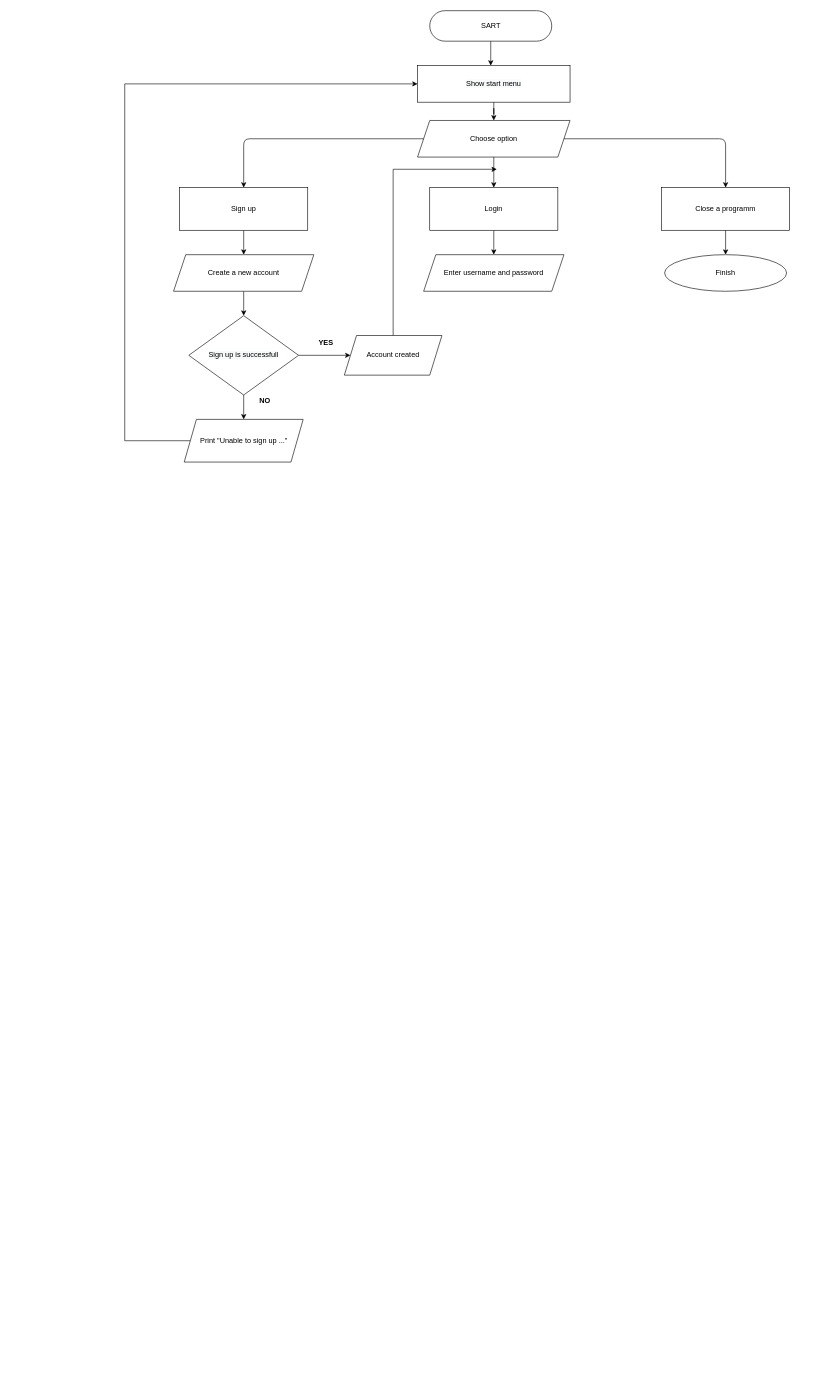
Before: To_Do_Manager_Diagram.drawio in ZannaJ/TODO_Manager, a draw.io diagram. Source tidied: cells renumbered, new cells numbered last; positions are measured from the earlier drawing's top-left corner, leaving out a move shared by most shapes. Both pictures are drawn from the tidied source at 61%, with x=0, y=0 at pixel (124, 10).
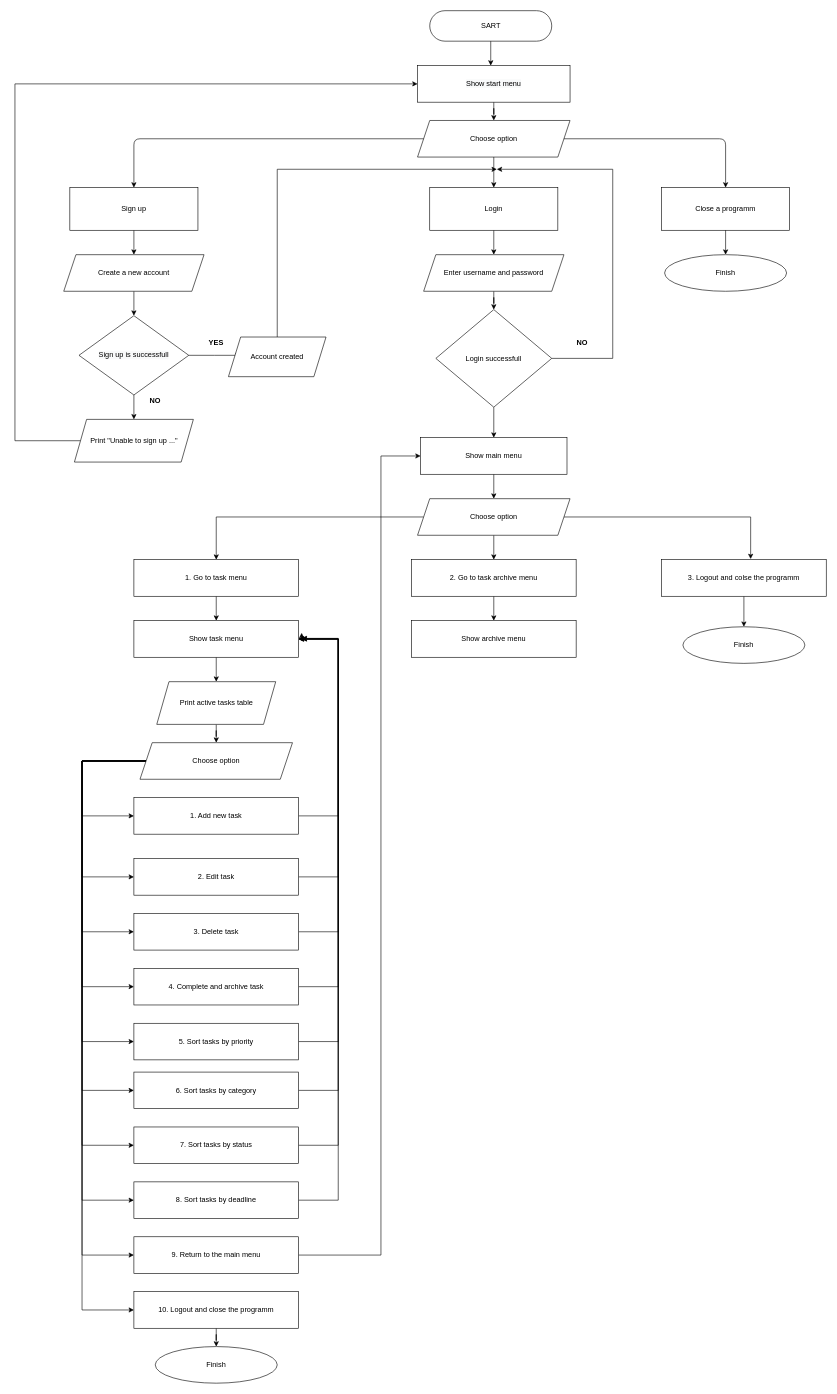
After the change.

The change refers to these unchanged cells:
```xml
<mxCell id="6" value="&#10;&#10;&lt;span style=&quot;color: rgb(0, 0, 0); font-family: helvetica; font-size: 12px; font-style: normal; font-weight: 400; letter-spacing: normal; text-align: center; text-indent: 0px; text-transform: none; word-spacing: 0px; background-color: rgb(248, 249, 250); display: inline; float: none;&quot;&gt;Show start menu&lt;/span&gt;&#10;&#10;" style="rounded=0;whiteSpace=wrap;html=1;" parent="1" vertex="1">
  <mxGeometry x="480" y="90" width="250" height="60" as="geometry" />
</mxCell>
<mxCell id="7" value="Choose option" style="shape=parallelogram;perimeter=parallelogramPerimeter;whiteSpace=wrap;html=1;fixedSize=1;" parent="1" vertex="1">
  <mxGeometry x="480" y="180" width="250" height="60" as="geometry" />
</mxCell>
<mxCell id="19" value="Enter username and password" style="shape=parallelogram;perimeter=parallelogramPerimeter;whiteSpace=wrap;html=1;fixedSize=1;" parent="1" vertex="1">
  <mxGeometry x="490" y="400" width="230" height="60" as="geometry" />
</mxCell>
```

Diff of the diagram source:
```diff
@@
     <mxCell id="9" value="Sign up" style="rounded=0;whiteSpace=wrap;html=1;" parent="1" vertex="1">
-      <mxGeometry x="90" y="290" width="210" height="70" as="geometry" />
+      <mxGeometry x="-90" y="290" width="210" height="70" as="geometry" />
     </mxCell>
@@
     <mxCell id="16" value="Create a new account" style="shape=parallelogram;perimeter=parallelogramPerimeter;whiteSpace=wrap;html=1;fixedSize=1;" parent="1" vertex="1">
-      <mxGeometry x="80" y="400" width="230" height="60" as="geometry" />
+      <mxGeometry x="-100" y="400" width="230" height="60" as="geometry" />
     </mxCell>
@@
     <mxCell id="18" style="endArrow=classic;html=1;entryX=0.5;entryY=0;entryDx=0;entryDy=0;exitX=0;exitY=0.5;exitDx=0;exitDy=0;" parent="1" edge="1" source="7" target="9">
       <mxGeometry relative="1" as="geometry">
         <Array as="points">
-          <mxPoint x="195" y="210" />
+          <mxPoint x="15" y="210" />
         </Array>
       </mxGeometry>
     </mxCell>
+    <mxCell id="29" style="edgeStyle=orthogonalEdgeStyle;rounded=0;jettySize=auto;html=1;" parent="1" edge="1" source="19" target="32">
+      <mxGeometry relative="1" as="geometry" />
+    </mxCell>
@@
-    <mxCell id="21" style="edgeStyle=orthogonalEdgeStyle;rounded=0;jettySize=auto;html=1;" parent="1" edge="1" source="22" target="28">
-      <mxGeometry relative="1" as="geometry" />
+    <mxCell id="21" style="edgeStyle=orthogonalEdgeStyle;rounded=0;jettySize=auto;html=1;" parent="1" edge="1" source="22">
+      <mxGeometry relative="1" as="geometry">
+        <mxPoint x="190" y="565" as="targetPoint" />
+      </mxGeometry>
     </mxCell>
     <mxCell id="22" value="&#10;&#10;&lt;span style=&quot;color: rgb(0, 0, 0); font-family: helvetica; font-size: 12px; font-style: normal; font-weight: 400; letter-spacing: normal; text-align: center; text-indent: 0px; text-transform: none; word-spacing: 0px; background-color: rgb(248, 249, 250); display: inline; float: none;&quot;&gt;Sign up is successfull&lt;/span&gt;&#10;&#10;" style="rhombus;whiteSpace=wrap;html=1;" parent="1" vertex="1">
-      <mxGeometry x="105" y="500" width="180" height="130" as="geometry" />
+      <mxGeometry x="-75" y="500" width="180" height="130" as="geometry" />
     </mxCell>
     <mxCell id="23" value="&lt;b&gt;YES&lt;/b&gt;" style="text;html=1;strokeColor=none;fillColor=none;align=center;verticalAlign=middle;whiteSpace=wrap;rounded=0;" parent="1" vertex="1">
-      <mxGeometry x="310" y="535" width="40" height="20" as="geometry" />
+      <mxGeometry x="130" y="535" width="40" height="20" as="geometry" />
     </mxCell>
     <mxCell id="24" style="edgeStyle=orthogonalEdgeStyle;rounded=0;jettySize=auto;html=1;entryX=0;entryY=0.5;entryDx=0;entryDy=0;" parent="1" edge="1" source="25" target="6">
       <mxGeometry relative="1" as="geometry">
         <Array as="points">
-          <mxPoint y="705" />
-          <mxPoint y="120" />
+          <mxPoint x="-180" y="705" />
+          <mxPoint x="-180" y="120" />
         </Array>
       </mxGeometry>
     </mxCell>
     <mxCell id="25" value="Print &quot;Unable to sign up ...&quot;" style="shape=parallelogram;perimeter=parallelogramPerimeter;whiteSpace=wrap;html=1;fixedSize=1;" parent="1" vertex="1">
-      <mxGeometry x="97.5" y="670" width="195" height="70" as="geometry" />
+      <mxGeometry x="-82.5" y="670" width="195" height="70" as="geometry" />
     </mxCell>
     <mxCell id="26" value="&lt;b&gt;NO&lt;/b&gt;" style="text;html=1;strokeColor=none;fillColor=none;align=center;verticalAlign=middle;whiteSpace=wrap;rounded=0;" parent="1" vertex="1">
-      <mxGeometry x="210" y="630" width="40" height="20" as="geometry" />
+      <mxGeometry x="30" y="630" width="40" height="20" as="geometry" />
     </mxCell>
     <mxCell id="27" style="edgeStyle=orthogonalEdgeStyle;rounded=0;jettySize=auto;html=1;" parent="1" edge="1" source="28">
       <mxGeometry relative="1" as="geometry">
         <mxPoint x="610" y="260" as="targetPoint" />
         <Array as="points">
-          <mxPoint x="440" y="260" />
+          <mxPoint x="250" y="260" />
         </Array>
       </mxGeometry>
     </mxCell>
     <mxCell id="28" value="Account created" style="shape=parallelogram;perimeter=parallelogramPerimeter;whiteSpace=wrap;html=1;fixedSize=1;" parent="1" vertex="1">
-      <mxGeometry x="360" y="532.5" width="160" height="65" as="geometry" />
+      <mxGeometry x="170" y="535" width="160" height="65" as="geometry" />
     </mxCell>
+    <mxCell id="30" style="edgeStyle=orthogonalEdgeStyle;rounded=0;jettySize=auto;html=1;exitX=1;exitY=0.5;exitDx=0;exitDy=0;" parent="1" edge="1" source="32">
+      <mxGeometry relative="1" as="geometry">
+        <mxPoint x="610" y="260" as="targetPoint" />
+        <Array as="points">
+          <mxPoint x="800" y="570" />
+          <mxPoint x="800" y="260" />
+        </Array>
+      </mxGeometry>
+    </mxCell>
+    <mxCell id="31" style="edgeStyle=orthogonalEdgeStyle;rounded=0;jettySize=auto;html=1;" parent="1" edge="1" source="32" target="35">
+      <mxGeometry relative="1" as="geometry" />
+    </mxCell>
+    <mxCell id="32" value="Login successfull" style="rhombus;whiteSpace=wrap;html=1;" parent="1" vertex="1">
+      <mxGeometry x="510" y="490" width="190" height="160" as="geometry" />
+    </mxCell>
+    <mxCell id="33" value="&lt;b&gt;NO&lt;/b&gt;" style="text;html=1;strokeColor=none;fillColor=none;align=center;verticalAlign=middle;whiteSpace=wrap;rounded=0;" parent="1" vertex="1">
+      <mxGeometry x="730" y="535" width="40" height="20" as="geometry" />
+    </mxCell>
+    <mxCell id="34" style="edgeStyle=orthogonalEdgeStyle;rounded=0;jettySize=auto;html=1;" parent="1" edge="1" source="35" target="39">
+      <mxGeometry relative="1" as="geometry" />
+    </mxCell>
+    <mxCell id="35" value="Show main menu" style="rounded=0;whiteSpace=wrap;html=1;" parent="1" vertex="1">
+      <mxGeometry x="485" y="700" width="240" height="60" as="geometry" />
+    </mxCell>
+    <mxCell id="36" style="edgeStyle=orthogonalEdgeStyle;rounded=0;jettySize=auto;html=1;entryX=0.541;entryY=-0.017;entryDx=0;entryDy=0;entryPerimeter=0;" parent="1" edge="1" source="39" target="45">
+      <mxGeometry relative="1" as="geometry">
+        <Array as="points">
+          <mxPoint x="1026" y="830" />
+        </Array>
+      </mxGeometry>
+    </mxCell>
+    <mxCell id="37" style="edgeStyle=orthogonalEdgeStyle;rounded=0;jettySize=auto;html=1;" parent="1" edge="1" source="39" target="41">
+      <mxGeometry relative="1" as="geometry" />
+    </mxCell>
+    <mxCell id="38" style="edgeStyle=orthogonalEdgeStyle;rounded=0;jettySize=auto;html=1;" parent="1" edge="1" source="39" target="43">
+      <mxGeometry relative="1" as="geometry" />
+    </mxCell>
+    <mxCell id="39" value="Choose option" style="shape=parallelogram;perimeter=parallelogramPerimeter;whiteSpace=wrap;html=1;fixedSize=1;" parent="1" vertex="1">
+      <mxGeometry x="480" y="800" width="250" height="60" as="geometry" />
+    </mxCell>
+    <mxCell id="40" style="edgeStyle=orthogonalEdgeStyle;rounded=0;jettySize=auto;html=1;" parent="1" edge="1" source="41" target="48">
+      <mxGeometry relative="1" as="geometry" />
+    </mxCell>
+    <mxCell id="41" value="1. Go to task menu" style="rounded=0;whiteSpace=wrap;html=1;" parent="1" vertex="1">
+      <mxGeometry x="15" y="900" width="270" height="60" as="geometry" />
+    </mxCell>
+    <mxCell id="42" style="edgeStyle=orthogonalEdgeStyle;rounded=0;jettySize=auto;html=1;" parent="1" edge="1" source="43" target="49">
+      <mxGeometry relative="1" as="geometry" />
+    </mxCell>
+    <mxCell id="43" value="2. Go to task archive menu" style="rounded=0;whiteSpace=wrap;html=1;" parent="1" vertex="1">
+      <mxGeometry x="470" y="900" width="270" height="60" as="geometry" />
+    </mxCell>
+    <mxCell id="44" style="edgeStyle=orthogonalEdgeStyle;rounded=0;jettySize=auto;html=1;entryX=0.5;entryY=0;entryDx=0;entryDy=0;" parent="1" edge="1" source="45" target="46">
+      <mxGeometry relative="1" as="geometry" />
+    </mxCell>
+    <mxCell id="45" value="3. Logout and colse the programm" style="rounded=0;whiteSpace=wrap;html=1;" parent="1" vertex="1">
+      <mxGeometry x="880" y="900" width="270" height="60" as="geometry" />
+    </mxCell>
+    <mxCell id="46" value="Finish" style="ellipse;whiteSpace=wrap;html=1;" parent="1" vertex="1">
+      <mxGeometry x="915" y="1010" width="200" height="60" as="geometry" />
+    </mxCell>
+    <mxCell id="47" style="edgeStyle=orthogonalEdgeStyle;rounded=0;jettySize=auto;html=1;" parent="1" edge="1" source="48" target="51">
+      <mxGeometry relative="1" as="geometry" />
+    </mxCell>
+    <mxCell id="48" value="Show task menu" style="rounded=0;whiteSpace=wrap;html=1;" parent="1" vertex="1">
+      <mxGeometry x="15" y="1000" width="270" height="60" as="geometry" />
+    </mxCell>
+    <mxCell id="49" value="Show archive menu" style="rounded=0;whiteSpace=wrap;html=1;" parent="1" vertex="1">
+      <mxGeometry x="470" y="1000" width="270" height="60" as="geometry" />
+    </mxCell>
+    <mxCell id="50" style="edgeStyle=orthogonalEdgeStyle;rounded=0;jettySize=auto;html=1;" parent="1" edge="1" source="51" target="66">
+      <mxGeometry relative="1" as="geometry" />
+    </mxCell>
+    <mxCell id="51" value="Print active tasks table" style="shape=parallelogram;perimeter=parallelogramPerimeter;whiteSpace=wrap;html=1;fixedSize=1;" parent="1" vertex="1">
+      <mxGeometry x="52.5" y="1100" width="195" height="70" as="geometry" />
+    </mxCell>
+    <mxCell id="52" style="edgeStyle=orthogonalEdgeStyle;rounded=0;jettySize=auto;html=1;entryX=1;entryY=0.5;entryDx=0;entryDy=0;exitX=1;exitY=0.5;exitDx=0;exitDy=0;" parent="1" edge="1" source="53" target="48">
+      <mxGeometry relative="1" as="geometry">
+        <Array as="points">
+          <mxPoint x="350" y="1320" />
+          <mxPoint x="350" y="1030" />
+        </Array>
+      </mxGeometry>
+    </mxCell>
+    <mxCell id="53" value="1. Add new task" style="rounded=0;whiteSpace=wrap;html=1;" parent="1" vertex="1">
+      <mxGeometry x="15" y="1290" width="270" height="60" as="geometry" />
+    </mxCell>
+    <mxCell id="54" style="edgeStyle=orthogonalEdgeStyle;rounded=0;jettySize=auto;html=1;exitX=1;exitY=0.5;exitDx=0;exitDy=0;entryX=1;entryY=0.5;entryDx=0;entryDy=0;" parent="1" edge="1" source="55" target="48">
+      <mxGeometry relative="1" as="geometry">
+        <Array as="points">
+          <mxPoint x="350" y="1420" />
+          <mxPoint x="350" y="1030" />
+        </Array>
+      </mxGeometry>
+    </mxCell>
+    <mxCell id="55" value="2. Edit task" style="rounded=0;whiteSpace=wrap;html=1;" parent="1" vertex="1">
+      <mxGeometry x="15" y="1390" width="270" height="60" as="geometry" />
+    </mxCell>
+    <mxCell id="56" style="edgeStyle=orthogonalEdgeStyle;rounded=0;jettySize=auto;html=1;entryX=0;entryY=0.5;entryDx=0;entryDy=0;" parent="1" edge="1" source="66" target="53">
+      <mxGeometry relative="1" as="geometry">
+        <Array as="points">
+          <mxPoint x="-70" y="1230" />
+          <mxPoint x="-70" y="1320" />
+        </Array>
+      </mxGeometry>
+    </mxCell>
+    <mxCell id="57" style="edgeStyle=orthogonalEdgeStyle;rounded=0;jettySize=auto;html=1;entryX=0;entryY=0.5;entryDx=0;entryDy=0;" parent="1" edge="1" source="66" target="55">
+      <mxGeometry relative="1" as="geometry">
+        <Array as="points">
+          <mxPoint x="-70" y="1230" />
+          <mxPoint x="-70" y="1420" />
+        </Array>
+      </mxGeometry>
+    </mxCell>
+    <mxCell id="58" style="edgeStyle=orthogonalEdgeStyle;rounded=0;jettySize=auto;html=1;exitX=0;exitY=0.5;exitDx=0;exitDy=0;entryX=0;entryY=0.5;entryDx=0;entryDy=0;" parent="1" edge="1" source="66" target="68">
+      <mxGeometry relative="1" as="geometry">
+        <Array as="points">
+          <mxPoint x="-70" y="1230" />
+          <mxPoint x="-70" y="1510" />
+        </Array>
+      </mxGeometry>
+    </mxCell>
+    <mxCell id="59" style="edgeStyle=orthogonalEdgeStyle;rounded=0;jettySize=auto;html=1;exitX=0;exitY=0.5;exitDx=0;exitDy=0;entryX=0;entryY=0.5;entryDx=0;entryDy=0;" parent="1" edge="1" source="66" target="70">
+      <mxGeometry relative="1" as="geometry">
+        <Array as="points">
+          <mxPoint x="-70" y="1230" />
+          <mxPoint x="-70" y="1600" />
+        </Array>
+      </mxGeometry>
+    </mxCell>
+    <mxCell id="60" style="edgeStyle=orthogonalEdgeStyle;rounded=0;jettySize=auto;html=1;entryX=0;entryY=0.5;entryDx=0;entryDy=0;" parent="1" edge="1" source="66" target="72">
+      <mxGeometry relative="1" as="geometry">
+        <Array as="points">
+          <mxPoint x="-70" y="1230" />
+          <mxPoint x="-70" y="1690" />
+        </Array>
+      </mxGeometry>
+    </mxCell>
+    <mxCell id="61" style="edgeStyle=orthogonalEdgeStyle;rounded=0;jettySize=auto;html=1;exitX=0;exitY=0.5;exitDx=0;exitDy=0;entryX=0;entryY=0.5;entryDx=0;entryDy=0;" parent="1" edge="1" source="66" target="74">
+      <mxGeometry relative="1" as="geometry">
+        <Array as="points">
+          <mxPoint x="-70" y="1230" />
+          <mxPoint x="-70" y="1770" />
+        </Array>
+      </mxGeometry>
+    </mxCell>
+    <mxCell id="62" style="edgeStyle=orthogonalEdgeStyle;rounded=0;jettySize=auto;html=1;exitX=0;exitY=0.5;exitDx=0;exitDy=0;entryX=0;entryY=0.5;entryDx=0;entryDy=0;" parent="1" edge="1" source="66" target="76">
+      <mxGeometry relative="1" as="geometry">
+        <Array as="points">
+          <mxPoint x="-70" y="1230" />
+          <mxPoint x="-70" y="1860" />
+        </Array>
+      </mxGeometry>
+    </mxCell>
+    <mxCell id="63" style="edgeStyle=orthogonalEdgeStyle;rounded=0;jettySize=auto;html=1;exitX=0;exitY=0.5;exitDx=0;exitDy=0;entryX=0;entryY=0.5;entryDx=0;entryDy=0;" parent="1" edge="1" source="66" target="78">
+      <mxGeometry relative="1" as="geometry">
+        <Array as="points">
+          <mxPoint x="-70" y="1230" />
+          <mxPoint x="-70" y="1950" />
+        </Array>
+      </mxGeometry>
+    </mxCell>
+    <mxCell id="64" style="edgeStyle=orthogonalEdgeStyle;rounded=0;jettySize=auto;html=1;exitX=0;exitY=0.5;exitDx=0;exitDy=0;entryX=0;entryY=0.5;entryDx=0;entryDy=0;" parent="1" edge="1" source="66" target="80">
+      <mxGeometry relative="1" as="geometry">
+        <Array as="points">
+          <mxPoint x="-70" y="1230" />
+          <mxPoint x="-70" y="2040" />
+        </Array>
+      </mxGeometry>
+    </mxCell>
+    <mxCell id="65" style="edgeStyle=orthogonalEdgeStyle;rounded=0;jettySize=auto;html=1;exitX=0;exitY=0.5;exitDx=0;exitDy=0;entryX=0;entryY=0.5;entryDx=0;entryDy=0;" parent="1" edge="1" source="66" target="82">
+      <mxGeometry relative="1" as="geometry">
+        <Array as="points">
+          <mxPoint x="-70" y="1230" />
+          <mxPoint x="-70" y="2130" />
+        </Array>
+      </mxGeometry>
+    </mxCell>
+    <mxCell id="66" value="Choose option" style="shape=parallelogram;perimeter=parallelogramPerimeter;whiteSpace=wrap;html=1;fixedSize=1;" parent="1" vertex="1">
+      <mxGeometry x="25" y="1200" width="250" height="60" as="geometry" />
+    </mxCell>
+    <mxCell id="67" style="edgeStyle=orthogonalEdgeStyle;rounded=0;jettySize=auto;html=1;" parent="1" edge="1" source="68">
+      <mxGeometry relative="1" as="geometry">
+        <mxPoint x="290" y="1030" as="targetPoint" />
+        <Array as="points">
+          <mxPoint x="350" y="1510" />
+          <mxPoint x="350" y="1030" />
+        </Array>
+      </mxGeometry>
+    </mxCell>
+    <mxCell id="68" value="3. Delete task" style="rounded=0;whiteSpace=wrap;html=1;" parent="1" vertex="1">
+      <mxGeometry x="15" y="1480" width="270" height="60" as="geometry" />
+    </mxCell>
+    <mxCell id="69" style="edgeStyle=orthogonalEdgeStyle;rounded=0;jettySize=auto;html=1;" parent="1" edge="1" source="70">
+      <mxGeometry relative="1" as="geometry">
+        <mxPoint x="290" y="1030" as="targetPoint" />
+        <Array as="points">
+          <mxPoint x="350" y="1600" />
+          <mxPoint x="350" y="1030" />
+        </Array>
+      </mxGeometry>
+    </mxCell>
+    <mxCell id="70" value="4. Complete and archive task" style="rounded=0;whiteSpace=wrap;html=1;" parent="1" vertex="1">
+      <mxGeometry x="15" y="1570" width="270" height="60" as="geometry" />
+    </mxCell>
+    <mxCell id="71" style="edgeStyle=orthogonalEdgeStyle;rounded=0;jettySize=auto;html=1;entryX=1;entryY=0.5;entryDx=0;entryDy=0;" parent="1" edge="1" source="72" target="48">
+      <mxGeometry relative="1" as="geometry">
+        <Array as="points">
+          <mxPoint x="350" y="1690" />
+          <mxPoint x="350" y="1030" />
+        </Array>
+      </mxGeometry>
+    </mxCell>
+    <mxCell id="72" value="5. Sort tasks by priority" style="rounded=0;whiteSpace=wrap;html=1;" parent="1" vertex="1">
+      <mxGeometry x="15" y="1660" width="270" height="60" as="geometry" />
+    </mxCell>
+    <mxCell id="73" style="edgeStyle=orthogonalEdgeStyle;rounded=0;jettySize=auto;html=1;entryX=1;entryY=0.5;entryDx=0;entryDy=0;" parent="1" edge="1" source="74" target="48">
+      <mxGeometry relative="1" as="geometry">
+        <Array as="points">
+          <mxPoint x="350" y="1770" />
+          <mxPoint x="350" y="1030" />
+        </Array>
+      </mxGeometry>
+    </mxCell>
+    <mxCell id="74" value="6. Sort tasks by category" style="rounded=0;whiteSpace=wrap;html=1;" parent="1" vertex="1">
+      <mxGeometry x="15" y="1740" width="270" height="60" as="geometry" />
+    </mxCell>
+    <mxCell id="75" style="edgeStyle=orthogonalEdgeStyle;rounded=0;jettySize=auto;html=1;" parent="1" edge="1" source="76">
+      <mxGeometry relative="1" as="geometry">
+        <mxPoint x="290" y="1029" as="targetPoint" />
+        <Array as="points">
+          <mxPoint x="350" y="1860" />
+          <mxPoint x="350" y="1029" />
+        </Array>
+      </mxGeometry>
+    </mxCell>
+    <mxCell id="76" value="7. Sort tasks by status" style="rounded=0;whiteSpace=wrap;html=1;" parent="1" vertex="1">
+      <mxGeometry x="15" y="1830" width="270" height="60" as="geometry" />
+    </mxCell>
+    <mxCell id="77" style="edgeStyle=orthogonalEdgeStyle;rounded=0;jettySize=auto;html=1;" parent="1" edge="1" source="78">
+      <mxGeometry relative="1" as="geometry">
+        <mxPoint x="290" y="1020" as="targetPoint" />
+        <Array as="points">
+          <mxPoint x="350" y="1950" />
+          <mxPoint x="350" y="1030" />
+          <mxPoint x="290" y="1030" />
+        </Array>
+      </mxGeometry>
+    </mxCell>
+    <mxCell id="78" value="8. Sort tasks by deadline" style="rounded=0;whiteSpace=wrap;html=1;" parent="1" vertex="1">
+      <mxGeometry x="15" y="1920" width="270" height="60" as="geometry" />
+    </mxCell>
+    <mxCell id="79" style="edgeStyle=orthogonalEdgeStyle;rounded=0;jettySize=auto;html=1;entryX=0;entryY=0.5;entryDx=0;entryDy=0;" parent="1" edge="1" source="80" target="35">
+      <mxGeometry relative="1" as="geometry">
+        <Array as="points">
+          <mxPoint x="420" y="2040" />
+          <mxPoint x="420" y="730" />
+        </Array>
+      </mxGeometry>
+    </mxCell>
+    <mxCell id="80" value="9. Return to the main menu" style="rounded=0;whiteSpace=wrap;html=1;" parent="1" vertex="1">
+      <mxGeometry x="15" y="2010" width="270" height="60" as="geometry" />
+    </mxCell>
+    <mxCell id="81" style="edgeStyle=orthogonalEdgeStyle;rounded=0;jettySize=auto;html=1;" parent="1" edge="1" source="82" target="83">
+      <mxGeometry relative="1" as="geometry" />
+    </mxCell>
+    <mxCell id="82" value="10. Logout and close the programm" style="rounded=0;whiteSpace=wrap;html=1;" parent="1" vertex="1">
+      <mxGeometry x="15" y="2100" width="270" height="60" as="geometry" />
+    </mxCell>
+    <mxCell id="83" value="Finish" style="ellipse;whiteSpace=wrap;html=1;" parent="1" vertex="1">
+      <mxGeometry x="50" y="2190" width="200" height="60" as="geometry" />
+    </mxCell>
```
